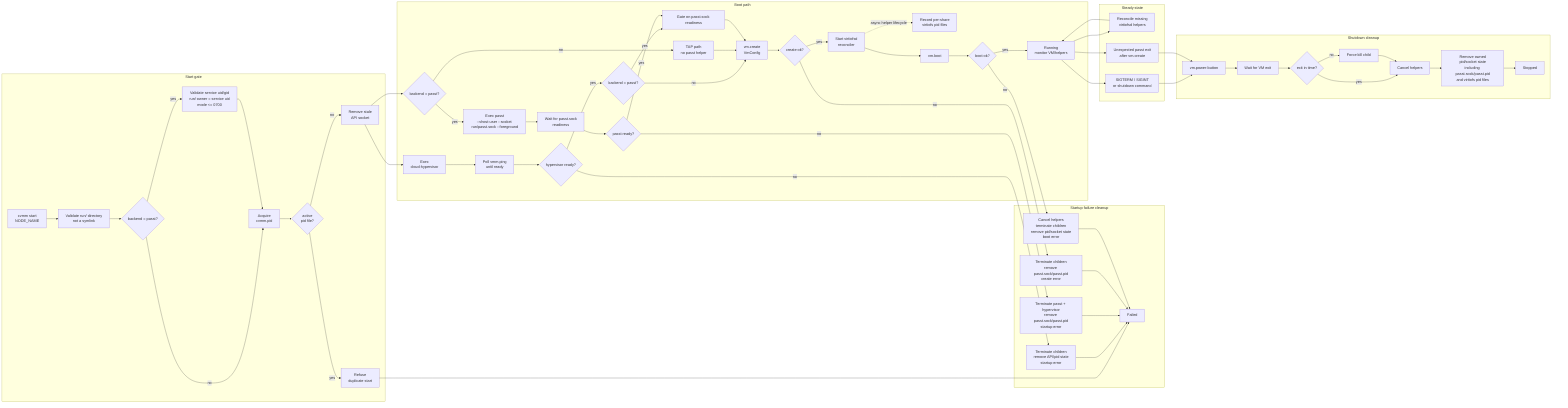
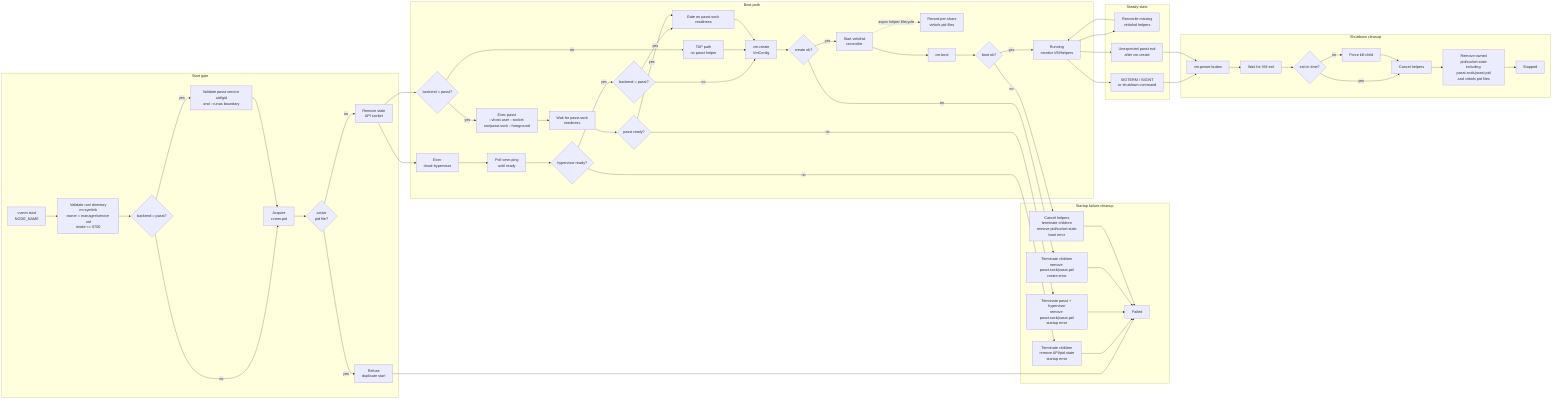
flowchart LR
    subgraph startPhase["Start gate"]
-         start["cvmm start\nNODE_NAME"] --> runtimeDir["Validate run/ directory\nnot a symlink"]
+         start["cvmm start\nNODE_NAME"] --> runtimeDir["Validate run/ directory\nno symlink\nowner = manager/service uid\nmode <= 0700"]
        runtimeDir --> runCheck{"backend = passt?"}
-         runCheck -- yes --> runPerm["Validate service uid/gid\nrun/ owner = service uid\nmode <= 0700"]
+         runCheck -- yes --> passtIdentity["Validate passt service uid/gid\nand --runas boundary"]
        runCheck -- no --> pid["Acquire\ncvmm.pid"]
-         runPerm --> pid
+         passtIdentity --> pid
        pid --> active{"active\npid file?"}
        active -- yes --> duplicate["Refuse\nduplicate start"]
        active -- no --> stale["Remove stale\nAPI socket"]
    end

    subgraph bootPhase["Boot path"]
        stale --> spawnCH["Exec\ncloud-hypervisor"]
        stale --> passtBranch{"backend = passt?"}
        passtBranch -- yes --> spawnPasst["Exec passt\n--vhost-user --socket run/passt.sock --foreground"]
        passtBranch -- no --> tapPath["TAP path\nno passt helper"]
        spawnCH --> readyCH["Poll vmm.ping\nuntil ready"]
        readyCH --> readyOK{"hypervisor ready?"}
        spawnPasst --> readyPasst["Wait for passt.sock\nreadiness"]
        readyPasst --> passtOK{"passt ready?"}
        readyOK -- yes --> createGate{"backend = passt?"}
        createGate -- no --> create["vm.create\nVmConfig"]
        createGate -- yes --> waitBoth["Gate on passt.sock readiness"]
        passtOK -- yes --> waitBoth
        tapPath --> create
        waitBoth --> create
        create --> createOK{"create ok?"}
        createOK -- yes --> helpers["Start virtiofsd\nreconciler"]
        helpers -. async helper lifecycle .-> helperPid["Record per-share\nvirtiofs pid files"]
        helpers --> boot["vm.boot"]
        boot --> bootOK{"boot ok?"}
        bootOK -- yes --> running["Running\nmonitor VM/helpers"]
    end

    subgraph failure["Startup failure cleanup"]
        readyOK -- no --> startupCleanup["Terminate children\nremove API/pid state\nstartup error"]
        passtOK -- no --> passtCleanup["Terminate passt + hypervisor\nremove passt.sock/passt.pid\nstartup error"]
        createOK -- no --> createCleanup["Terminate children\nremove passt.sock/passt.pid\ncreate error"]
        bootOK -- no --> bootCleanup["Cancel helpers\nterminate children\nremove pid/socket state\nboot error"]
        duplicate --> failed["Failed"]
        startupCleanup --> failed
        passtCleanup --> failed
        createCleanup --> failed
        bootCleanup --> failed
    end

    subgraph steady["Steady state"]
        running --> reconcile["Reconcile missing\nvirtiofsd helpers"]
        reconcile --> running
        running --> signal["SIGTERM / SIGINT\nor shutdown command"]
        running --> fatalPasst["Unexpected passt exit\nafter vm.create"]
    end

    subgraph stopPhase["Shutdown cleanup"]
        signal --> power["vm.power-button"]
        fatalPasst --> power
        power --> wait["Wait for VM exit"]
        wait --> exited{"exit in time?"}
        exited -- no --> kill["Force kill child"]
        exited -- yes --> stopHelpers["Cancel helpers"]
        kill --> stopHelpers
        stopHelpers --> cleanup["Remove owned\npid/socket state\nincluding passt.sock/passt.pid\nand virtiofs pid files"]
        cleanup --> stopped["Stopped"]
    end
